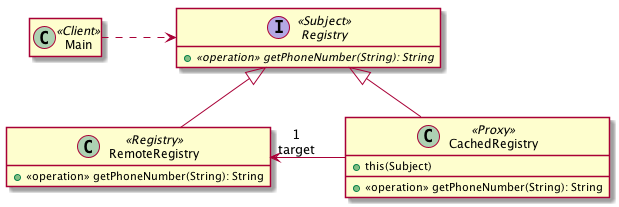
Before: structure/proxy/uml/_example.png, a diagram exported from PlantUML (ace-lectures/pattern-repository).
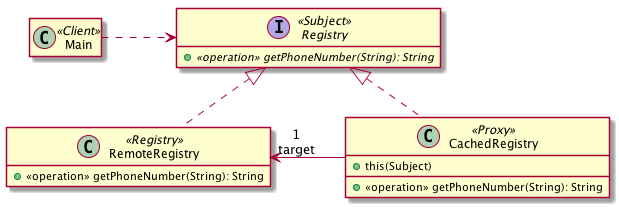
The same file after the commit.

What changed in the source:
```diff
@@ -16,14 +16,14 @@
   + <<operation>> getPhoneNumber(String): String
 }
 
-Registry <|-- RemoteRegistry
+Registry <|.. RemoteRegistry
 
 class CachedRegistry <<Proxy>> {
   + this(Subject)
   __
   + <<operation>> getPhoneNumber(String): String
 }
-Registry <|-- CachedRegistry
+Registry <|.. CachedRegistry
 
 RemoteRegistry "1\ntarget" <- CachedRegistry
 
```
